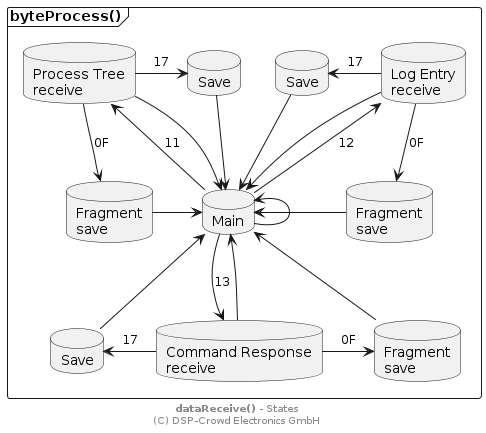
NoOrientationProgramming/code-orb keeps this PlantUML diagram as doc/system/byte-process_states_1.png. Above is the earlier version.
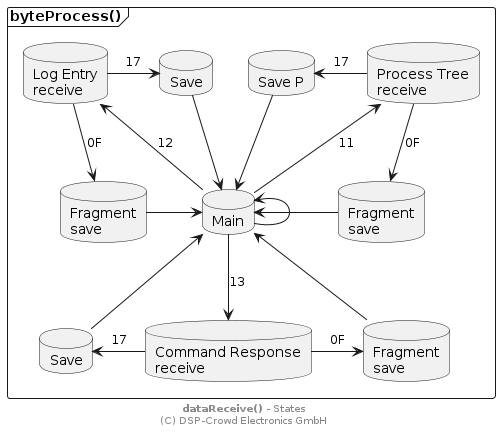
Above is the later version.

The edit, as a diff of the source:
```diff
@@ -15,29 +15,23 @@
   database "Save" as sCmdSave
   database "Fragment\nsave" as sCmdFrag
 
-  database "Save" as sProcSave
+  database "Save P" as sProcSave
   database "Fragment\nsave" as sProcFrag
 }
 
 sMain -u-> sMain
+sMain -u-> sProc : 11
+sMain -u-> sLog : 12
+sMain -d-> sCmd : 13
 
-sMain -u-> sProc : 11
-sMain <-u- sProc
-
-sMain -u-> sLog : 12
-sMain <-u- sLog
-
-sMain -d-> sCmd : 13
-sMain <-d- sCmd
-
-sProc -r-> sLogSave : 17
-sProc -d-> sLogFrag : 0F
+sProc -r-> sProcSave : 17
+sProc -d-> sProcFrag : 0F
 
 sCmd -l-> sCmdSave : 17
 sCmd -r-> sCmdFrag : 0F
 
-sLog -l-> sProcSave : 17
-sLog -d-> sProcFrag : 0F
+sLog -l-> sLogSave : 17
+sLog -d-> sLogFrag : 0F
 
 sLogSave -d-> sMain
 sProcSave -d-> sMain
```
